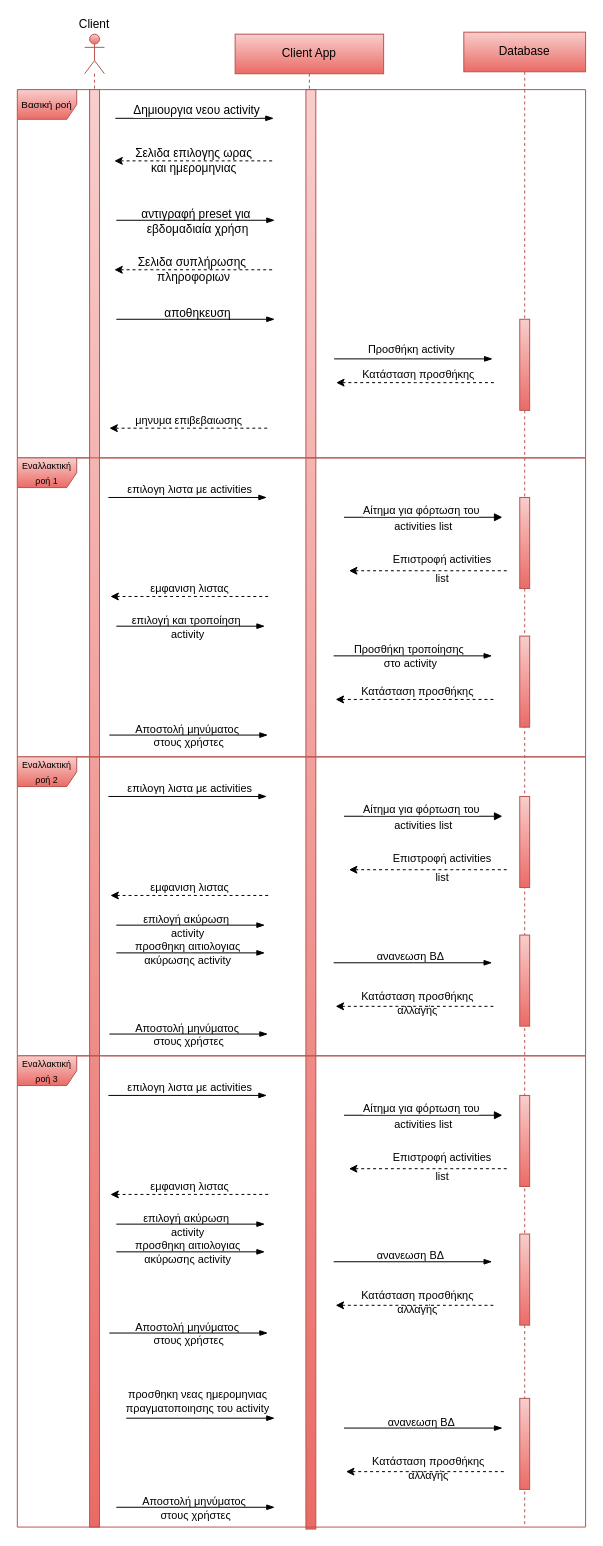
Before: page "Page-2" (2 of 2) of Paradoteo 2/miscellaneous/Sequence Diagrams/diagrams - nikolas/owner_comments.drawio in nickpotamianos/Software-Development-Project-Muscle-Mapp, a draw.io diagram. Source tidied: cells renumbered, new cells numbered last; positions are measured from the earlier drawing's top-left corner, leaving out a move shared by most shapes. Both pictures are drawn from the tidied source at 99%, with x=0, y=0 at pixel (17, 32).
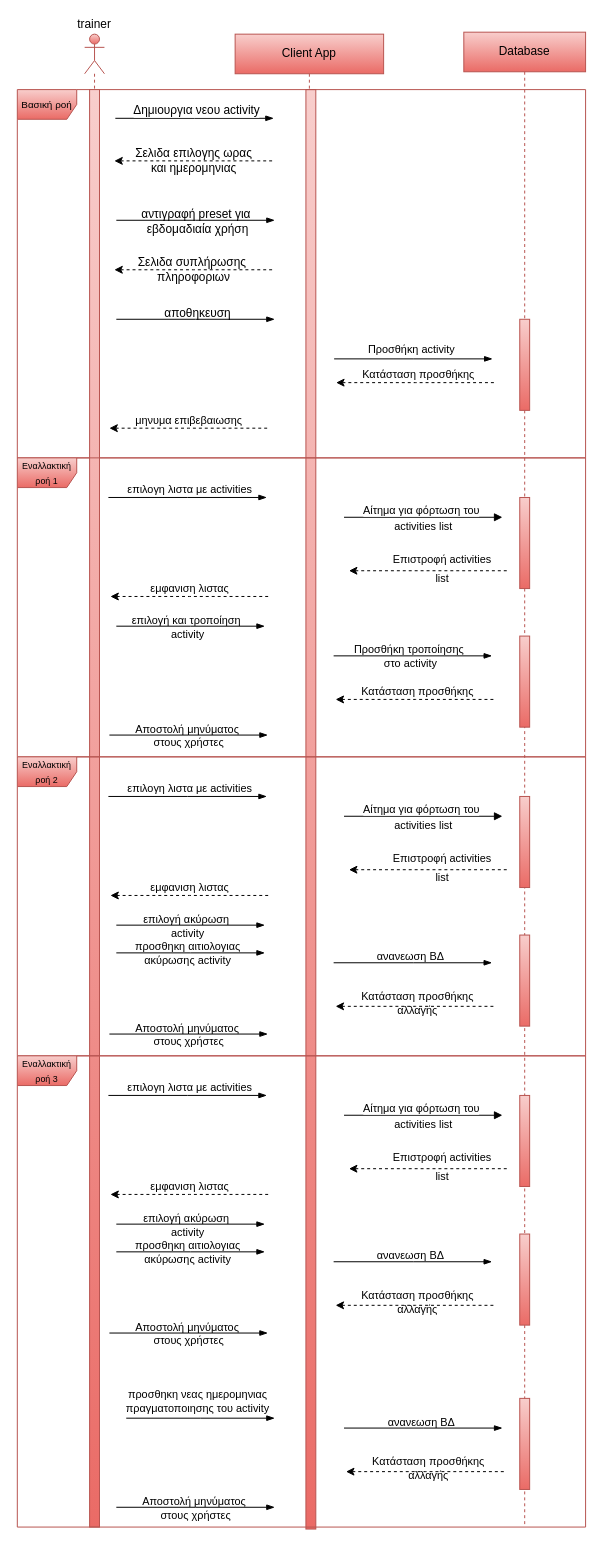
Above is the later version.

The edit, as a diff of the source:
```diff
@@
-    <mxCell id="2" value="Client" style="shape=umlLifeline;perimeter=lifelinePerimeter;whiteSpace=wrap;html=1;newEdgeStyle={&quot;curved&quot;:0,&quot;rounded&quot;:0};participant=umlActor;horizontal=1;verticalAlign=middle;align=center;spacingTop=0;spacing=2;spacingBottom=60;fillColor=#f8cecc;gradientColor=#ea6b66;strokeColor=#b85450;fontFamily=comfortaa;" parent="1" vertex="1">
+    <mxCell id="2" value="trainer" style="shape=umlLifeline;perimeter=lifelinePerimeter;whiteSpace=wrap;html=1;newEdgeStyle={&quot;curved&quot;:0,&quot;rounded&quot;:0};participant=umlActor;horizontal=1;verticalAlign=middle;align=center;spacingTop=0;spacing=2;spacingBottom=60;fillColor=#f8cecc;gradientColor=#ea6b66;strokeColor=#b85450;fontFamily=comfortaa;" parent="1" vertex="1">
       <mxGeometry x="68" y="2" width="20" height="588" as="geometry" />
     </mxCell>
```
